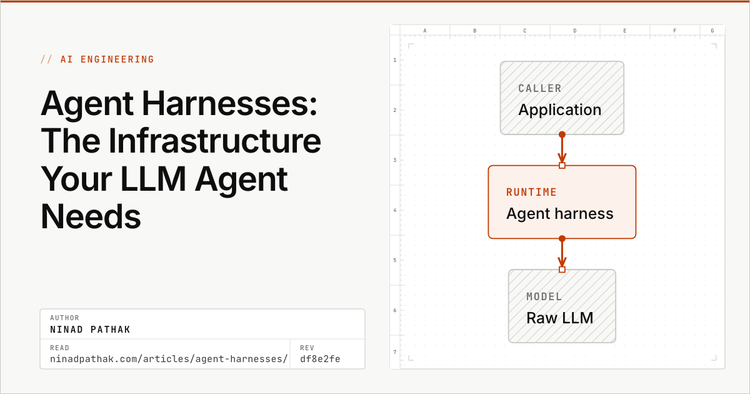
This is static/images/diagrams/agent-harnesses/og.png from ninadpathak/ninadpathak, a Mermaid export, as it was before one commit. Its source is kept beside it as content/diagrams/agent-harnesses/og.mmd.
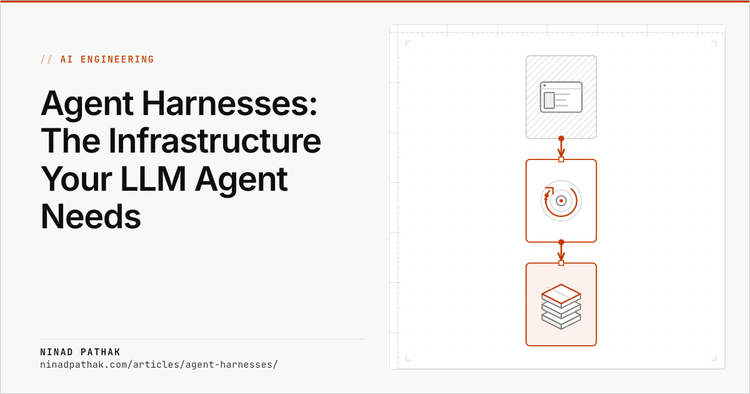
After the change.

The edit, as a diff of the source:
```diff
@@ -1,14 +1,6 @@
----
-config:
-  flowchart:
-    rankSpacing: 28
----
 flowchart TB
-  app["§Caller
-Application"]:::external
-  harness["§Runtime
-Agent harness"]:::focal
-  llm["§Model
-Raw LLM"]:::external
+  app[" "]:::external
+  harness[" "]:::accent
+  llm[" "]:::focal
   app --> harness
   harness --> llm
```
